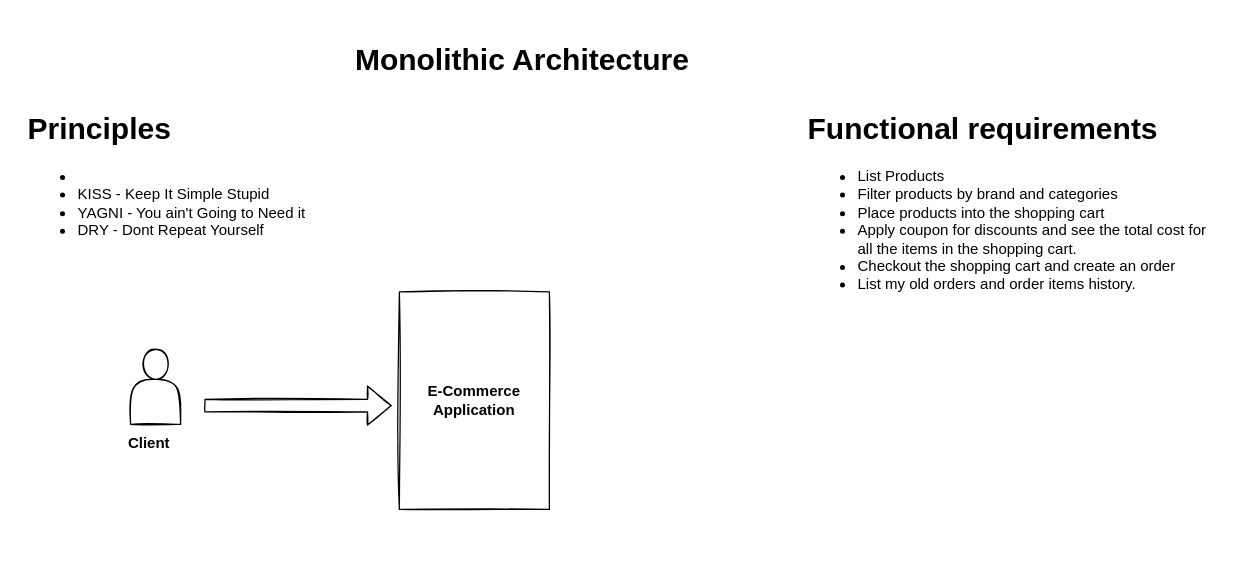
This is Monolithic.drawio from kiranivaturi/design_patterns_diagrams, a draw.io file, before an edit. Source tidied: cells renumbered, new cells numbered last; positions are measured from the earlier drawing's top-left corner, leaving out a move shared by most shapes. Both pictures are drawn from the tidied source at 125%, with x=0, y=0 at pixel (21, 38).
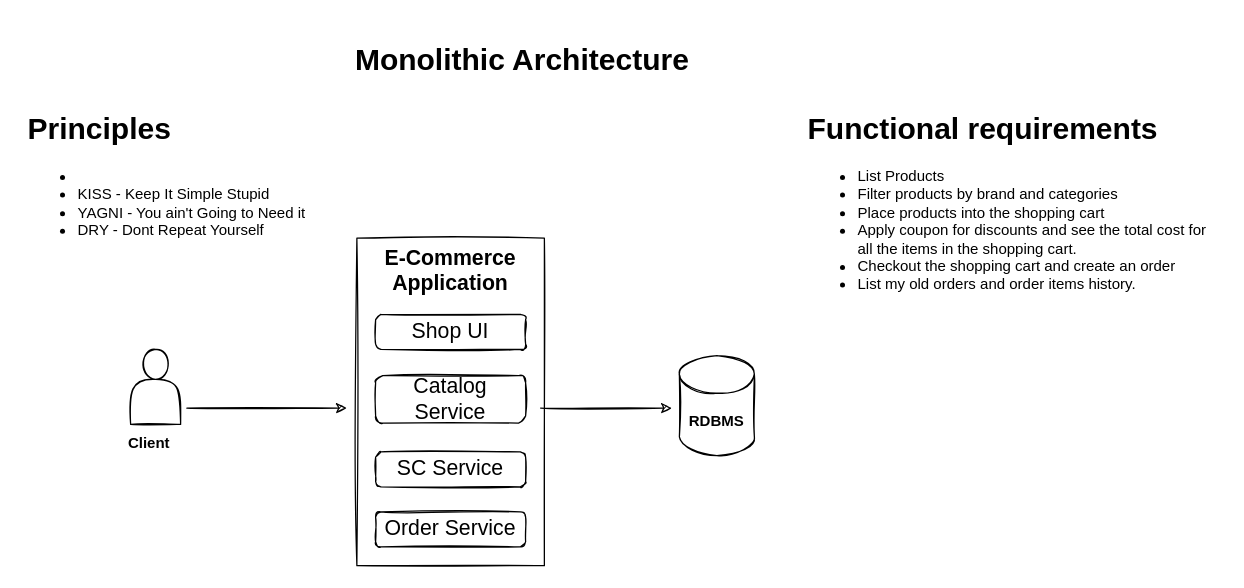
Above is the later version.

Change to the diagram source:
```diff
@@
 <mxGraphModel>
   <root>
     <mxCell id="0" />
     <mxCell id="1" parent="0" />
     <mxCell id="2" value="&lt;h1&gt;Functional requirements&lt;/h1&gt;&lt;p&gt;&lt;ul&gt;&lt;li&gt;List Products&lt;/li&gt;&lt;li&gt;Filter products by brand and categories&lt;/li&gt;&lt;li&gt;Place products into the shopping cart&lt;/li&gt;&lt;li&gt;Apply coupon for discounts and see the total cost for all the items in the shopping cart.&lt;/li&gt;&lt;li&gt;Checkout the shopping cart and create an order&lt;/li&gt;&lt;li&gt;List my old orders and order items history.&lt;/li&gt;&lt;/ul&gt;&lt;/p&gt;&lt;p&gt;&lt;br&gt;&lt;/p&gt;&lt;p&gt;&lt;br&gt;&lt;/p&gt;" style="text;html=1;strokeColor=none;fillColor=none;spacing=5;spacingTop=-20;whiteSpace=wrap;overflow=hidden;rounded=0;sketch=1;" parent="1" vertex="1">
       <mxGeometry x="624" y="53" width="337" height="164" as="geometry" />
     </mxCell>
     <mxCell id="3" value="&lt;h1&gt;Principles&lt;/h1&gt;&lt;div&gt;&lt;ul&gt;&lt;li&gt;&lt;br&gt;&lt;/li&gt;&lt;li&gt;KISS - Keep It Simple Stupid&lt;/li&gt;&lt;li&gt;YAGNI - You ain't Going to Need it&lt;/li&gt;&lt;li&gt;DRY - Dont Repeat Yourself&lt;/li&gt;&lt;/ul&gt;&lt;/div&gt;" style="text;html=1;strokeColor=none;fillColor=none;spacing=5;spacingTop=-20;whiteSpace=wrap;overflow=hidden;rounded=0;sketch=1;" parent="1" vertex="1">
       <mxGeometry y="53" width="242" height="120" as="geometry" />
     </mxCell>
     <mxCell id="4" value="&lt;h1&gt;Monolithic Architecture&lt;/h1&gt;" style="text;html=1;strokeColor=none;fillColor=none;align=center;verticalAlign=middle;whiteSpace=wrap;rounded=0;sketch=1;" parent="1" vertex="1">
       <mxGeometry x="234" width="333" height="35" as="geometry" />
     </mxCell>
     <mxCell id="5" style="shape=actor;whiteSpace=wrap;html=1;sketch=1;" parent="1" vertex="1">
       <mxGeometry x="87" y="249" width="40" height="60" as="geometry" />
     </mxCell>
     <mxCell id="6" value="&lt;b&gt;Client&lt;/b&gt;" style="text;html=1;strokeColor=none;fillColor=none;align=center;verticalAlign=middle;whiteSpace=wrap;rounded=0;sketch=1;" parent="1" vertex="1">
       <mxGeometry x="72" y="309" width="60" height="30" as="geometry" />
     </mxCell>
-    <mxCell id="7" value="&lt;b&gt;E-Commerce Application&lt;/b&gt;" style="rounded=0;whiteSpace=wrap;html=1;sketch=1;" parent="1" vertex="1">
-      <mxGeometry x="302" y="203" width="120" height="174" as="geometry" />
+    <mxCell id="7" value="&lt;b style=&quot;font-size: 17px;&quot;&gt;E-Commerce Application&lt;/b&gt;" style="rounded=0;whiteSpace=wrap;html=1;sketch=1;verticalAlign=top;fontSize=17;" parent="1" vertex="1">
+      <mxGeometry x="268" y="160" width="150" height="262" as="geometry" />
     </mxCell>
-    <mxCell id="8" style="shape=flexArrow;endArrow=classic;html=1;rounded=0;sketch=1;" parent="1" edge="1">
-      <mxGeometry relative="1" as="geometry">
-        <mxPoint x="146" y="294" as="sourcePoint" />
-        <mxPoint x="296" y="294" as="targetPoint" />
-      </mxGeometry>
-    </mxCell>
+    <mxCell id="9" value="&lt;b&gt;RDBMS&lt;/b&gt;" style="shape=cylinder3;whiteSpace=wrap;html=1;boundedLbl=1;backgroundOutline=1;size=15;sketch=1;" parent="1" vertex="1">
+      <mxGeometry x="526" y="254" width="60" height="80" as="geometry" />
+    </mxCell>
+    <mxCell id="10" style="endArrow=classic;html=1;rounded=0;sketch=1;" parent="1" edge="1">
+      <mxGeometry relative="1" as="geometry">
+        <mxPoint x="132" y="296" as="sourcePoint" />
+        <mxPoint x="260" y="296" as="targetPoint" />
+      </mxGeometry>
+    </mxCell>
+    <mxCell id="11" style="endArrow=classic;html=1;rounded=0;sketch=1;" parent="1" edge="1">
+      <mxGeometry relative="1" as="geometry">
+        <mxPoint x="415" y="296" as="sourcePoint" />
+        <mxPoint x="520" y="296" as="targetPoint" />
+      </mxGeometry>
+    </mxCell>
+    <mxCell id="12" value="Shop UI" style="rounded=1;whiteSpace=wrap;html=1;sketch=1;fontSize=17;" parent="1" vertex="1">
+      <mxGeometry x="283" y="221" width="120" height="28" as="geometry" />
+    </mxCell>
+    <mxCell id="13" value="Catalog Service" style="rounded=1;whiteSpace=wrap;html=1;sketch=1;fontSize=17;" parent="1" vertex="1">
+      <mxGeometry x="283" y="270" width="120" height="38" as="geometry" />
+    </mxCell>
+    <mxCell id="14" value="SC Service" style="rounded=1;whiteSpace=wrap;html=1;sketch=1;fontSize=17;" parent="1" vertex="1">
+      <mxGeometry x="283" y="331" width="120" height="28" as="geometry" />
+    </mxCell>
+    <mxCell id="15" value="Order Service" style="rounded=1;whiteSpace=wrap;html=1;sketch=1;fontSize=17;" parent="1" vertex="1">
+      <mxGeometry x="283" y="379" width="120" height="28" as="geometry" />
+    </mxCell>
   </root>
 </mxGraphModel>
```
